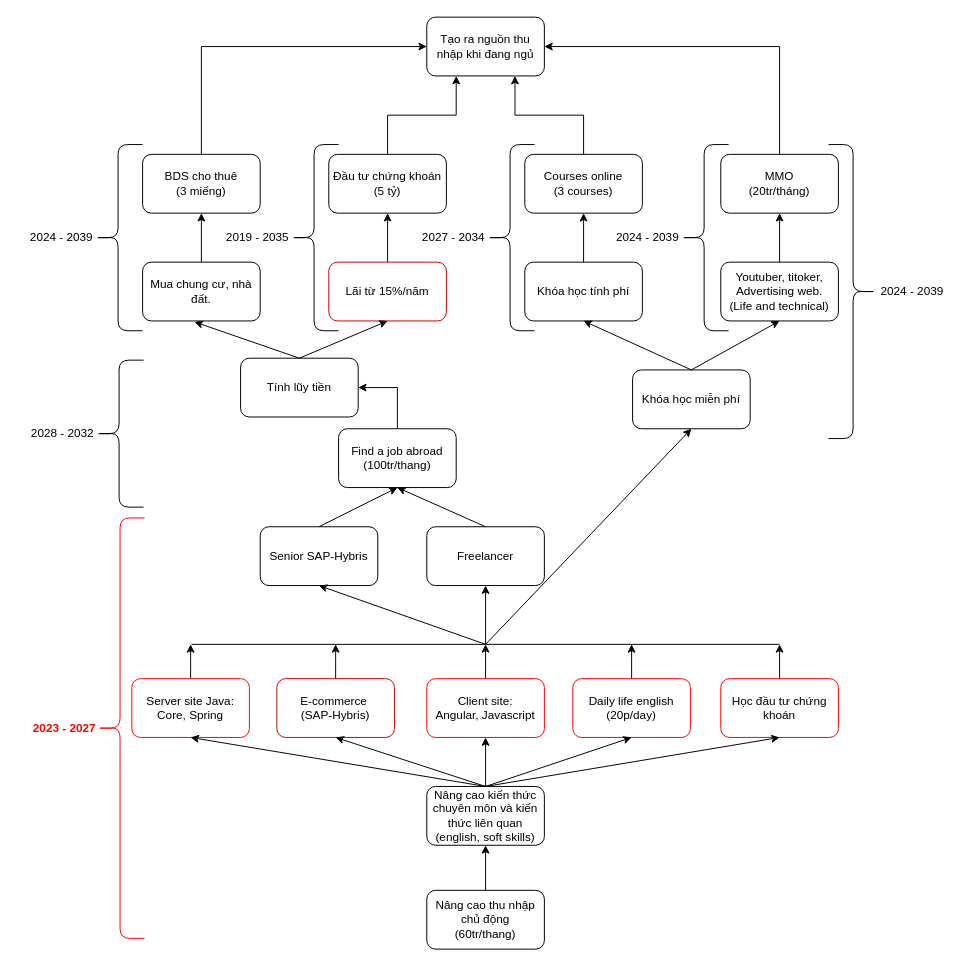
The draw.io diagram page "Page-3" (3 of 3) of FlowOfLife.drawio in pinestran/transferfiles, before the edit. Source tidied: cells renumbered, new cells numbered last; positions are measured from the earlier drawing's top-left corner, leaving out a move shared by most shapes. Both pictures are drawn from the tidied source at 98%, with x=0, y=0 at pixel (17, 17).
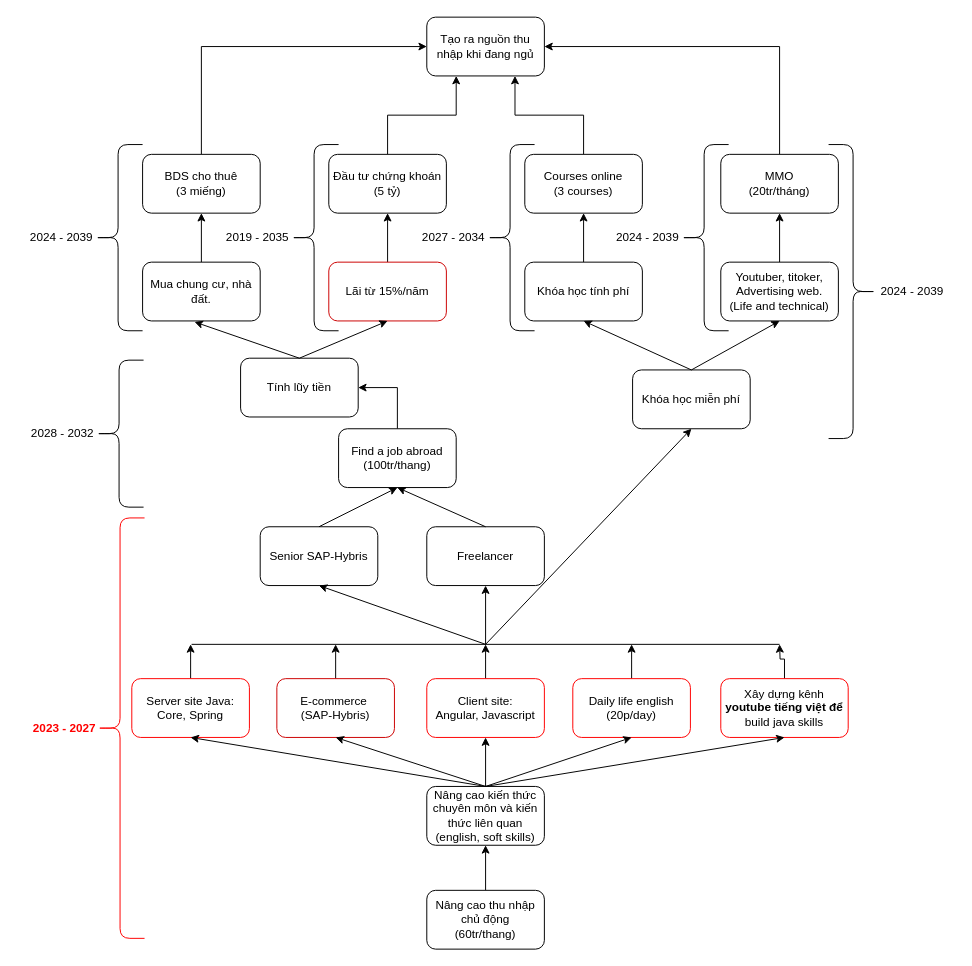
Above is the later version.

The edit, as a diff of the source:
```diff
@@
-    <mxCell id="65" value="Học đầu tư chứng khoán" style="rounded=1;whiteSpace=wrap;html=1;strokeColor=#FF0000;" parent="1" vertex="1">
-      <mxGeometry x="718" y="675" width="120" height="60" as="geometry" />
+    <mxCell id="65" value="Xây dựng kênh &lt;b&gt;youtube tiếng việt để &lt;/b&gt;build java skills" style="rounded=1;whiteSpace=wrap;html=1;strokeColor=#FF0000;" parent="1" vertex="1">
+      <mxGeometry x="718" y="675" width="130" height="60" as="geometry" />
     </mxCell>
```
